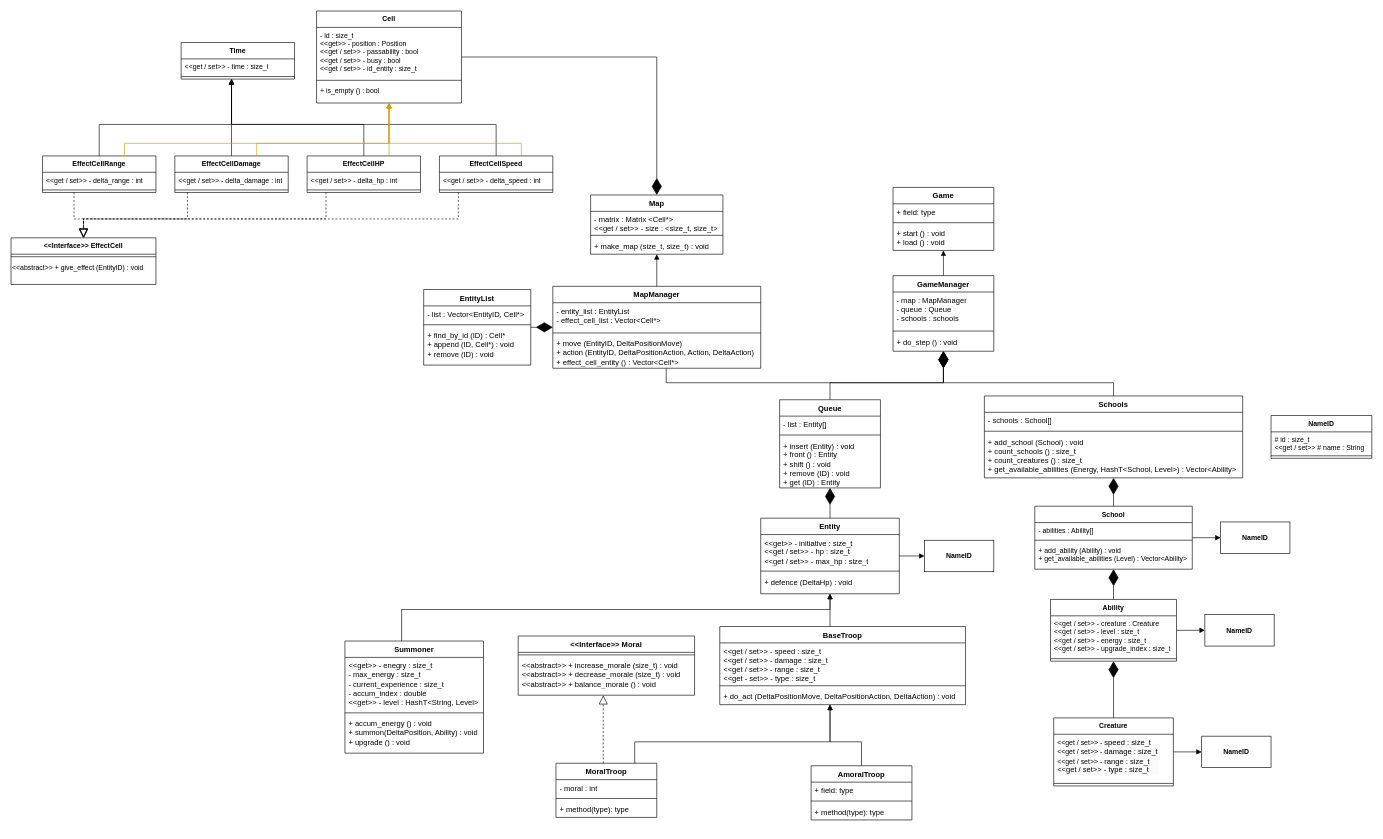
Above: lab3.drawio in Alvald1/draw.io (draw.io), before the change. Source tidied: cells renumbered, new cells numbered last; positions are measured from the earlier drawing's top-left corner, leaving out a move shared by most shapes. Both pictures are drawn from the tidied source at 63%, with x=0, y=0 at pixel (11, 11).
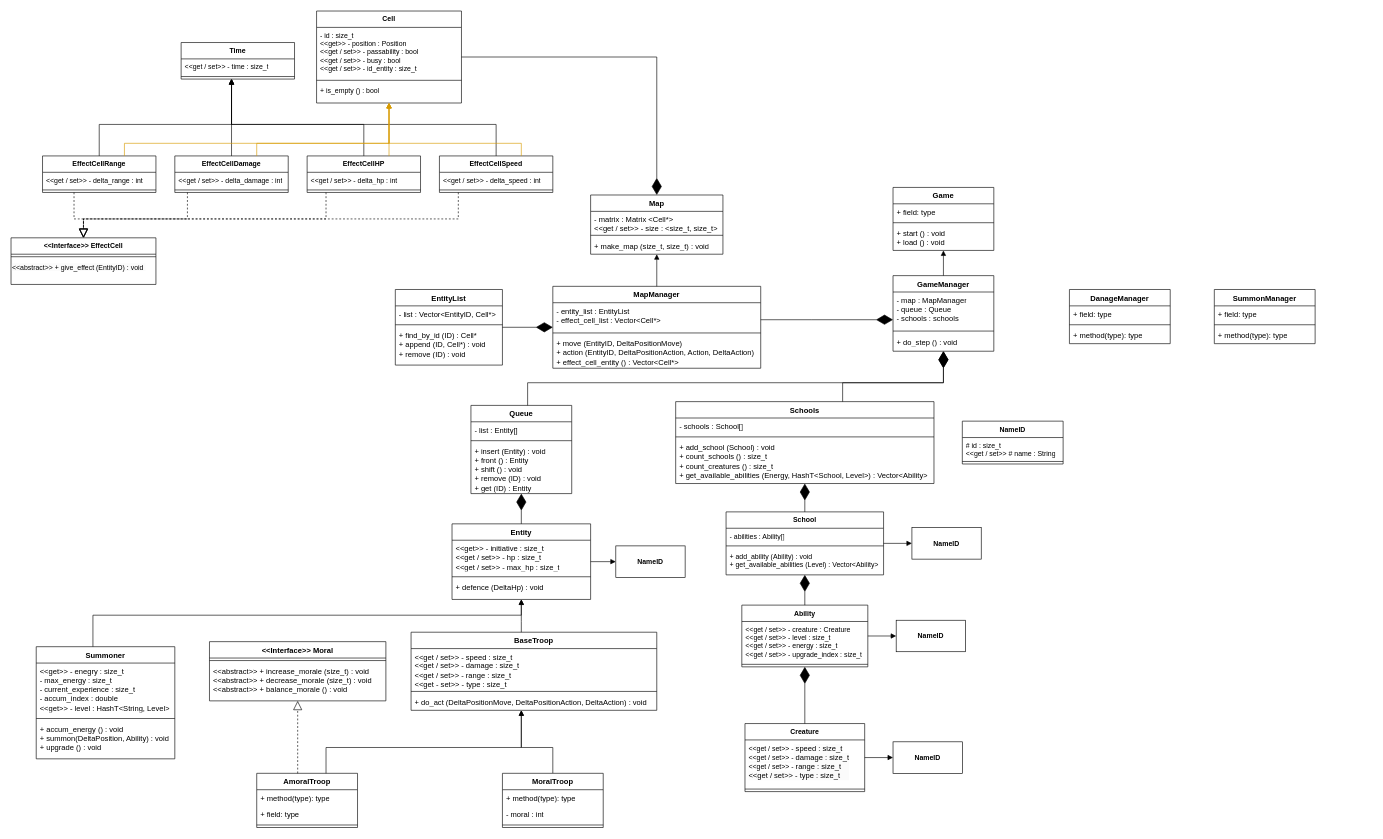
Above is the later version.

Unchanged cells that the change refers to:
```xml
<mxCell id="6" value="GameManager" style="swimlane;fontStyle=1;align=center;verticalAlign=top;horizontal=1;startSize=26;whiteSpace=wrap;html=1;" parent="1" vertex="1">
  <mxGeometry x="1400" y="420" width="160" height="120" as="geometry" />
</mxCell>
<mxCell id="17" value="+ insert (Entity) : void&lt;div&gt;+ front () : Entity&lt;br&gt;&lt;div&gt;+ shift () : void&lt;/div&gt;&lt;div&gt;+ remove (ID) : void&lt;/div&gt;&lt;/div&gt;&lt;div&gt;+ get (ID) : Entity&lt;/div&gt;" style="text;strokeColor=none;fillColor=none;align=left;verticalAlign=top;spacingLeft=4;spacingRight=4;overflow=hidden;points=[[0,0.5],[1,0.5]];portConstraint=eastwest;whiteSpace=wrap;html=1;" parent="14" vertex="1">
  <mxGeometry y="60" width="160" height="80" as="geometry" />
</mxCell>
<mxCell id="42" value="MapManager" style="swimlane;fontStyle=1;align=center;verticalAlign=top;horizontal=1;startSize=26;whiteSpace=wrap;html=1;" parent="1" vertex="1">
  <mxGeometry x="860" y="437" width="330" height="130" as="geometry" />
</mxCell>
```

Change to the diagram source:
```diff
@@
     <mxCell id="14" value="Queue" style="swimlane;fontStyle=1;align=center;verticalAlign=top;horizontal=1;startSize=26;whiteSpace=wrap;html=1;" parent="1" vertex="1">
-      <mxGeometry x="1220" y="617" width="160" height="140" as="geometry" />
+      <mxGeometry x="730" y="626" width="160" height="140" as="geometry" />
     </mxCell>
@@
     <mxCell id="18" value="Schools" style="swimlane;fontStyle=1;align=center;verticalAlign=top;horizontal=1;startSize=26;whiteSpace=wrap;html=1;" parent="1" vertex="1">
-      <mxGeometry x="1545" y="611" width="410" height="130" as="geometry" />
+      <mxGeometry x="1055" y="620" width="410" height="130" as="geometry" />
     </mxCell>
@@
     <mxCell id="22" value="Entity" style="swimlane;fontStyle=1;align=center;verticalAlign=top;horizontal=1;startSize=26;whiteSpace=wrap;html=1;" parent="1" vertex="1">
-      <mxGeometry x="1190" y="805" width="220" height="120" as="geometry" />
+      <mxGeometry x="700" y="814" width="220" height="120" as="geometry" />
     </mxCell>
@@
     <mxCell id="27" value="Summoner" style="swimlane;fontStyle=1;align=center;verticalAlign=top;horizontal=1;startSize=26;whiteSpace=wrap;html=1;" parent="1" vertex="1">
-      <mxGeometry x="530" y="1000" width="220" height="178" as="geometry" />
+      <mxGeometry x="40" y="1009" width="220" height="178" as="geometry" />
     </mxCell>
@@
     <mxCell id="31" value="BaseTroop" style="swimlane;fontStyle=1;align=center;verticalAlign=top;horizontal=1;startSize=26;whiteSpace=wrap;html=1;" parent="1" vertex="1">
-      <mxGeometry x="1125" y="977" width="390" height="124" as="geometry" />
+      <mxGeometry x="635" y="986" width="390" height="124" as="geometry" />
     </mxCell>
@@
     <mxCell id="35" value="AmoralTroop" style="swimlane;fontStyle=1;align=center;verticalAlign=top;horizontal=1;startSize=26;whiteSpace=wrap;html=1;" parent="1" vertex="1">
-      <mxGeometry x="1270" y="1198" width="160" height="86" as="geometry" />
+      <mxGeometry x="390" y="1210" width="160" height="86" as="geometry" />
     </mxCell>
+    <mxCell id="38" value="+ method(type): type" style="text;strokeColor=none;fillColor=none;align=left;verticalAlign=top;spacingLeft=4;spacingRight=4;overflow=hidden;whiteSpace=wrap;html=1;" parent="35" vertex="1">
+      <mxGeometry y="26" width="160" height="26" as="geometry" />
+    </mxCell>
     <mxCell id="36" value="+ field: type" style="text;strokeColor=none;fillColor=none;align=left;verticalAlign=top;spacingLeft=4;spacingRight=4;overflow=hidden;whiteSpace=wrap;html=1;" parent="35" vertex="1">
-      <mxGeometry y="26" width="160" height="26" as="geometry" />
+      <mxGeometry y="52" width="160" height="26" as="geometry" />
     </mxCell>
     <mxCell id="37" style="line;strokeWidth=1;fillColor=none;align=left;verticalAlign=middle;spacingTop=-1;spacingLeft=3;spacingRight=3;labelPosition=right;strokeColor=inherit;" parent="35" vertex="1">
-      <mxGeometry y="52" width="160" height="8" as="geometry" />
+      <mxGeometry y="78" width="160" height="8" as="geometry" />
     </mxCell>
-    <mxCell id="38" value="+ method(type): type" style="text;strokeColor=none;fillColor=none;align=left;verticalAlign=top;spacingLeft=4;spacingRight=4;overflow=hidden;whiteSpace=wrap;html=1;" parent="35" vertex="1">
-      <mxGeometry y="60" width="160" height="26" as="geometry" />
-    </mxCell>
     <mxCell id="39" value="&amp;lt;&amp;lt;Interface&amp;gt;&amp;gt; Moral" style="swimlane;fontStyle=1;align=center;verticalAlign=top;horizontal=1;startSize=26;whiteSpace=wrap;html=1;" parent="1" vertex="1">
-      <mxGeometry x="805" y="992" width="280" height="94" as="geometry" />
+      <mxGeometry x="315" y="1001" width="280" height="94" as="geometry" />
     </mxCell>
@@
     <mxCell id="47" style="endArrow=diamondThin;endFill=1;endSize=24;html=1;rounded=0;strokeColor=default;align=center;verticalAlign=bottom;fontFamily=Helvetica;fontSize=11;fontColor=default;labelBackgroundColor=none;edgeStyle=orthogonalEdgeStyle;" parent="1" edge="1" source="22" target="17">
       <mxGeometry relative="1" as="geometry">
         <Array as="points">
-          <mxPoint x="1300" y="720" />
-          <mxPoint x="1300" y="720" />
+          <mxPoint x="810" y="729" />
+          <mxPoint x="810" y="729" />
         </Array>
       </mxGeometry>
     </mxCell>
     <mxCell id="48" style="html=1;verticalAlign=bottom;labelBackgroundColor=none;endArrow=block;endFill=1;rounded=0;strokeColor=default;align=center;fontFamily=Helvetica;fontSize=11;fontColor=default;edgeStyle=orthogonalEdgeStyle;" parent="1" edge="1" source="27" target="22">
       <mxGeometry relative="1" as="geometry">
         <Array as="points">
-          <mxPoint x="620" y="950" />
-          <mxPoint x="1300" y="950" />
+          <mxPoint x="130" y="959" />
+          <mxPoint x="810" y="959" />
         </Array>
       </mxGeometry>
     </mxCell>
     <mxCell id="49" style="html=1;verticalAlign=bottom;labelBackgroundColor=none;endArrow=block;endFill=1;rounded=0;strokeColor=default;align=center;fontFamily=Helvetica;fontSize=11;fontColor=default;edgeStyle=orthogonalEdgeStyle;" parent="1" edge="1" source="31" target="22">
       <mxGeometry relative="1" as="geometry">
         <Array as="points">
-          <mxPoint x="1300" y="960" />
-          <mxPoint x="1300" y="960" />
+          <mxPoint x="810" y="969" />
+          <mxPoint x="810" y="969" />
         </Array>
       </mxGeometry>
     </mxCell>
@@
-    <mxCell id="55" style="html=1;verticalAlign=bottom;labelBackgroundColor=none;endArrow=block;endFill=1;rounded=0;strokeColor=default;align=center;fontFamily=Helvetica;fontSize=11;fontColor=default;edgeStyle=orthogonalEdgeStyle;" parent="1" edge="1" source="35" target="31">
+    <mxCell id="55" style="html=1;verticalAlign=bottom;labelBackgroundColor=none;endArrow=block;endFill=1;rounded=0;strokeColor=default;align=center;fontFamily=Helvetica;fontSize=11;fontColor=default;edgeStyle=orthogonalEdgeStyle;" parent="1" edge="1" source="88" target="31">
       <mxGeometry relative="1" as="geometry">
         <Array as="points">
-          <mxPoint x="1350" y="1160" />
-          <mxPoint x="1300" y="1160" />
+          <mxPoint x="860" y="1169" />
+          <mxPoint x="810" y="1169" />
         </Array>
       </mxGeometry>
     </mxCell>
     <mxCell id="56" style="endArrow=diamondThin;endFill=1;endSize=24;html=1;rounded=0;edgeStyle=orthogonalEdgeStyle;" parent="1" edge="1" source="42" target="6">
       <mxGeometry relative="1" as="geometry">
         <Array as="points">
-          <mxPoint x="1040" y="590" />
-          <mxPoint x="1480" y="590" />
+          <mxPoint x="1270" y="490" />
+          <mxPoint x="1270" y="490" />
         </Array>
       </mxGeometry>
     </mxCell>
     <mxCell id="57" style="endArrow=diamondThin;endFill=1;endSize=24;html=1;rounded=0;strokeColor=default;align=center;verticalAlign=middle;fontFamily=Helvetica;fontSize=11;fontColor=default;labelBackgroundColor=default;edgeStyle=orthogonalEdgeStyle;" parent="1" edge="1" source="14" target="6">
       <mxGeometry relative="1" as="geometry">
         <Array as="points">
-          <mxPoint x="1300" y="590" />
+          <mxPoint x="820" y="590" />
           <mxPoint x="1480" y="590" />
         </Array>
       </mxGeometry>
     </mxCell>
     <mxCell id="58" style="endArrow=diamondThin;endFill=1;endSize=24;html=1;rounded=0;strokeColor=default;align=center;verticalAlign=middle;fontFamily=Helvetica;fontSize=11;fontColor=default;labelBackgroundColor=default;edgeStyle=orthogonalEdgeStyle;" parent="1" edge="1" source="18" target="6">
       <mxGeometry relative="1" as="geometry">
         <Array as="points">
-          <mxPoint x="1750" y="590" />
+          <mxPoint x="1320" y="590" />
           <mxPoint x="1480" y="590" />
         </Array>
       </mxGeometry>
     </mxCell>
     <mxCell id="59" value="School" style="swimlane;fontStyle=1;align=center;verticalAlign=top;horizontal=1;startSize=26;whiteSpace=wrap;html=1;fontFamily=Helvetica;fontSize=11;fontColor=default;labelBackgroundColor=default;" parent="1" vertex="1">
-      <mxGeometry x="1625" y="786" width="250" height="100" as="geometry" />
+      <mxGeometry x="1135" y="795" width="250" height="100" as="geometry" />
     </mxCell>
@@
     <mxCell id="64" value="Ability" style="swimlane;fontStyle=1;align=center;verticalAlign=top;horizontal=1;startSize=26;whiteSpace=wrap;html=1;fontFamily=Helvetica;fontSize=11;fontColor=default;labelBackgroundColor=default;" parent="1" vertex="1">
-      <mxGeometry x="1650" y="934" width="200" height="98" as="geometry" />
+      <mxGeometry x="1160" y="943" width="200" height="98" as="geometry" />
     </mxCell>
@@
     <mxCell id="67" value="&lt;span style=&quot;white-space-collapse: preserve;&quot; class=&quot;EzKURWReUAB5oZgtQNkl&quot;&gt;Creature&lt;/span&gt;" style="swimlane;fontStyle=1;align=center;verticalAlign=top;horizontal=1;startSize=26;whiteSpace=wrap;html=1;fontFamily=Helvetica;fontSize=11;fontColor=default;labelBackgroundColor=default;" parent="1" vertex="1">
-      <mxGeometry x="1655" y="1122" width="190" height="108" as="geometry" />
+      <mxGeometry x="1165" y="1131" width="190" height="108" as="geometry" />
     </mxCell>
@@
     <mxCell id="72" value="NameID" style="swimlane;fontStyle=1;align=center;verticalAlign=top;horizontal=1;startSize=26;whiteSpace=wrap;html=1;fontFamily=Helvetica;fontSize=11;fontColor=default;labelBackgroundColor=default;" parent="1" vertex="1">
-      <mxGeometry x="2000" y="642" width="160" height="68" as="geometry" />
+      <mxGeometry x="1510" y="651" width="160" height="68" as="geometry" />
     </mxCell>
@@
     <mxCell id="75" value="&lt;b&gt;NameID&lt;/b&gt;" style="html=1;whiteSpace=wrap;fontFamily=Helvetica;fontSize=11;fontColor=default;labelBackgroundColor=default;" parent="1" vertex="1">
-      <mxGeometry x="1920" y="811" width="110" height="50" as="geometry" />
+      <mxGeometry x="1430" y="820" width="110" height="50" as="geometry" />
     </mxCell>
@@
     <mxCell id="77" value="&lt;b&gt;NameID&lt;/b&gt;" style="html=1;whiteSpace=wrap;fontFamily=Helvetica;fontSize=11;fontColor=default;labelBackgroundColor=default;" parent="1" vertex="1">
-      <mxGeometry x="1895" y="958" width="110" height="50" as="geometry" />
+      <mxGeometry x="1405" y="967" width="110" height="50" as="geometry" />
     </mxCell>
@@
     <mxCell id="79" value="&lt;b&gt;NameID&lt;/b&gt;" style="html=1;whiteSpace=wrap;fontFamily=Helvetica;fontSize=11;fontColor=default;labelBackgroundColor=default;" parent="1" vertex="1">
-      <mxGeometry x="1890" y="1151" width="110" height="50" as="geometry" />
+      <mxGeometry x="1400" y="1160" width="110" height="50" as="geometry" />
     </mxCell>
@@
     <mxCell id="81" value="&lt;b&gt;NameID&lt;/b&gt;" style="html=1;whiteSpace=wrap;fontFamily=Helvetica;fontSize=11;fontColor=default;labelBackgroundColor=default;" parent="1" vertex="1">
-      <mxGeometry x="1450" y="840" width="110" height="50" as="geometry" />
+      <mxGeometry x="960" y="849" width="110" height="50" as="geometry" />
     </mxCell>
@@
     <mxCell id="83" value="EntityList" style="swimlane;fontStyle=1;align=center;verticalAlign=top;horizontal=1;startSize=26;whiteSpace=wrap;html=1;" parent="1" vertex="1">
-      <mxGeometry x="655" y="442" width="170" height="120" as="geometry" />
+      <mxGeometry x="610" y="442" width="170" height="120" as="geometry" />
     </mxCell>
@@
     <mxCell id="88" value="MoralTroop" style="swimlane;fontStyle=1;align=center;verticalAlign=top;horizontal=1;startSize=26;whiteSpace=wrap;html=1;" parent="1" vertex="1">
-      <mxGeometry x="865" y="1194" width="160" height="86" as="geometry" />
+      <mxGeometry x="780" y="1210" width="160" height="86" as="geometry" />
     </mxCell>
+    <mxCell id="91" value="+ method(type): type" style="text;strokeColor=none;fillColor=none;align=left;verticalAlign=top;spacingLeft=4;spacingRight=4;overflow=hidden;whiteSpace=wrap;html=1;" parent="88" vertex="1">
+      <mxGeometry y="26" width="160" height="26" as="geometry" />
+    </mxCell>
     <mxCell id="89" value="- moral : int" style="text;strokeColor=none;fillColor=none;align=left;verticalAlign=top;spacingLeft=4;spacingRight=4;overflow=hidden;whiteSpace=wrap;html=1;" parent="88" vertex="1">
-      <mxGeometry y="26" width="160" height="26" as="geometry" />
+      <mxGeometry y="52" width="160" height="26" as="geometry" />
     </mxCell>
     <mxCell id="90" style="line;strokeWidth=1;fillColor=none;align=left;verticalAlign=middle;spacingTop=-1;spacingLeft=3;spacingRight=3;labelPosition=right;strokeColor=inherit;" parent="88" vertex="1">
-      <mxGeometry y="52" width="160" height="8" as="geometry" />
+      <mxGeometry y="78" width="160" height="8" as="geometry" />
     </mxCell>
-    <mxCell id="91" value="+ method(type): type" style="text;strokeColor=none;fillColor=none;align=left;verticalAlign=top;spacingLeft=4;spacingRight=4;overflow=hidden;whiteSpace=wrap;html=1;" parent="88" vertex="1">
-      <mxGeometry y="60" width="160" height="26" as="geometry" />
-    </mxCell>
-    <mxCell id="92" style="html=1;verticalAlign=bottom;labelBackgroundColor=none;endArrow=block;endFill=1;rounded=0;strokeColor=default;align=center;fontFamily=Helvetica;fontSize=11;fontColor=default;edgeStyle=orthogonalEdgeStyle;" parent="1" edge="1" source="88" target="31">
+    <mxCell id="92" style="html=1;verticalAlign=bottom;labelBackgroundColor=none;endArrow=block;endFill=1;rounded=0;strokeColor=default;align=center;fontFamily=Helvetica;fontSize=11;fontColor=default;edgeStyle=orthogonalEdgeStyle;" parent="1" edge="1" source="35" target="31">
       <mxGeometry relative="1" as="geometry">
         <Array as="points">
-          <mxPoint x="990" y="1160" />
-          <mxPoint x="1300" y="1160" />
+          <mxPoint x="500" y="1169" />
+          <mxPoint x="810" y="1169" />
         </Array>
       </mxGeometry>
     </mxCell>
@@
-    <mxCell id="124" style="endArrow=block;dashed=1;endFill=0;endSize=12;html=1;rounded=0;strokeColor=default;align=center;verticalAlign=middle;fontFamily=Helvetica;fontSize=11;fontColor=default;labelBackgroundColor=default;edgeStyle=orthogonalEdgeStyle;" parent="1" edge="1" source="88" target="39">
+    <mxCell id="124" style="endArrow=block;dashed=1;endFill=0;endSize=12;html=1;rounded=0;strokeColor=default;align=center;verticalAlign=middle;fontFamily=Helvetica;fontSize=11;fontColor=default;labelBackgroundColor=default;edgeStyle=orthogonalEdgeStyle;" parent="1" edge="1" source="35" target="39">
       <mxGeometry relative="1" as="geometry">
         <Array as="points">
-          <mxPoint x="940" y="1130" />
-          <mxPoint x="940" y="1130" />
+          <mxPoint x="455" y="1180" />
+          <mxPoint x="455" y="1180" />
         </Array>
       </mxGeometry>
     </mxCell>
+    <mxCell id="125" value="DanageManager" style="swimlane;fontStyle=1;align=center;verticalAlign=top;horizontal=1;startSize=26;whiteSpace=wrap;html=1;" parent="1" vertex="1">
+      <mxGeometry x="1680" y="442" width="160" height="86" as="geometry" />
+    </mxCell>
+    <mxCell id="126" value="+ field: type" style="text;strokeColor=none;fillColor=none;align=left;verticalAlign=top;spacingLeft=4;spacingRight=4;overflow=hidden;whiteSpace=wrap;html=1;" parent="125" vertex="1">
+      <mxGeometry y="26" width="160" height="26" as="geometry" />
+    </mxCell>
+    <mxCell id="127" style="line;strokeWidth=1;fillColor=none;align=left;verticalAlign=middle;spacingTop=-1;spacingLeft=3;spacingRight=3;labelPosition=right;strokeColor=inherit;" parent="125" vertex="1">
+      <mxGeometry y="52" width="160" height="8" as="geometry" />
+    </mxCell>
+    <mxCell id="128" value="+ method(type): type" style="text;strokeColor=none;fillColor=none;align=left;verticalAlign=top;spacingLeft=4;spacingRight=4;overflow=hidden;whiteSpace=wrap;html=1;" parent="125" vertex="1">
+      <mxGeometry y="60" width="160" height="26" as="geometry" />
+    </mxCell>
+    <mxCell id="129" value="SummonManager" style="swimlane;fontStyle=1;align=center;verticalAlign=top;horizontal=1;startSize=26;whiteSpace=wrap;html=1;" parent="1" vertex="1">
+      <mxGeometry x="1910" y="442" width="160" height="86" as="geometry" />
+    </mxCell>
+    <mxCell id="130" value="+ field: type" style="text;strokeColor=none;fillColor=none;align=left;verticalAlign=top;spacingLeft=4;spacingRight=4;overflow=hidden;whiteSpace=wrap;html=1;" parent="129" vertex="1">
+      <mxGeometry y="26" width="160" height="26" as="geometry" />
+    </mxCell>
+    <mxCell id="131" style="line;strokeWidth=1;fillColor=none;align=left;verticalAlign=middle;spacingTop=-1;spacingLeft=3;spacingRight=3;labelPosition=right;strokeColor=inherit;" parent="129" vertex="1">
+      <mxGeometry y="52" width="160" height="8" as="geometry" />
+    </mxCell>
+    <mxCell id="132" value="+ method(type): type" style="text;strokeColor=none;fillColor=none;align=left;verticalAlign=top;spacingLeft=4;spacingRight=4;overflow=hidden;whiteSpace=wrap;html=1;" parent="129" vertex="1">
+      <mxGeometry y="60" width="160" height="26" as="geometry" />
+    </mxCell>
```
